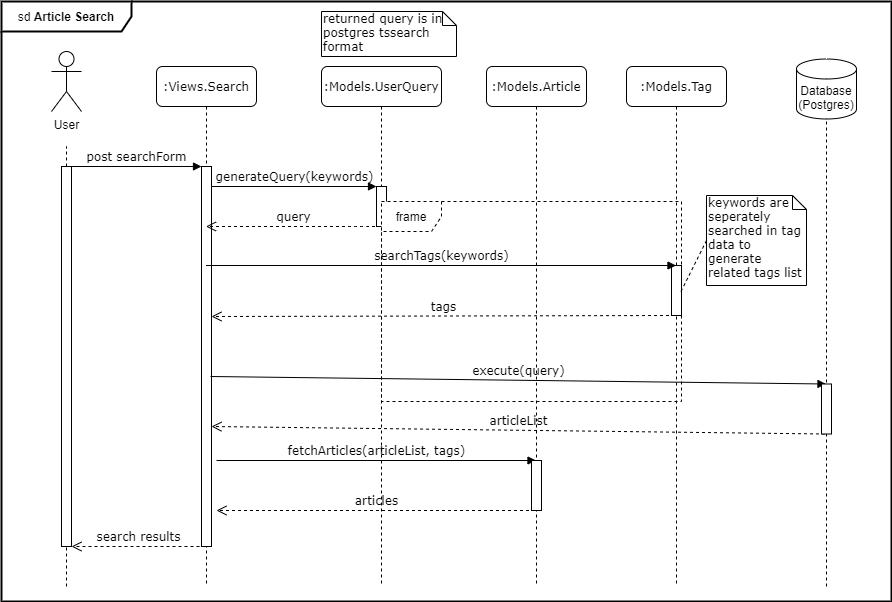
Before: designDiagrams/swe573seqdiagrams-ArticleSearch.png, a diagram exported from draw.io (semihsolmaz/swe573). Source tidied: cells renumbered, new cells last; positions are measured from the earlier drawing's top-left corner, leaving out a move shared by most shapes.
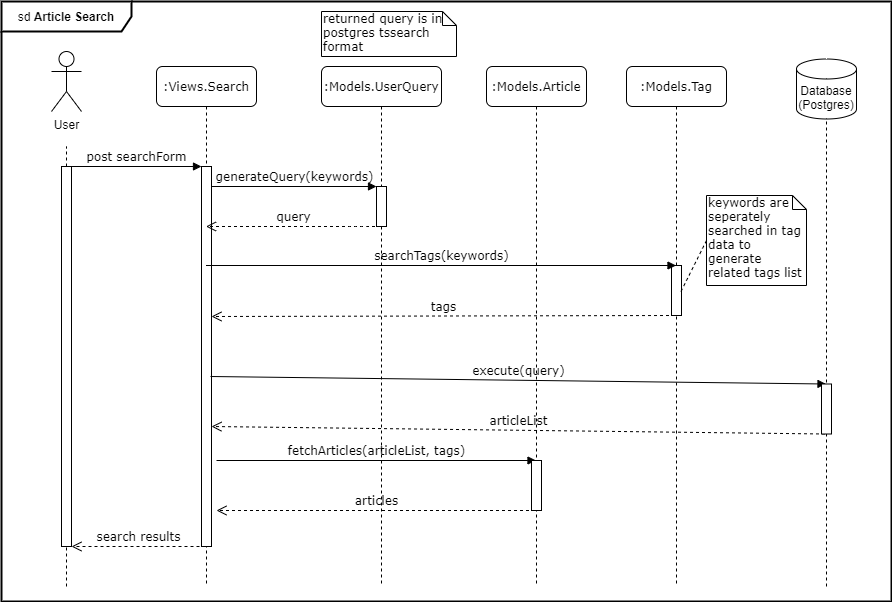
Above is the later version.

The edit, as a diff of the source:
```diff
@@ -2,115 +2,112 @@
   <root>
     <mxCell id="0" />
     <mxCell id="1" parent="0" />
-    <mxCell id="2" style="endArrow=none;dashed=1;html=1;" parent="1" edge="1">
-      <mxGeometry relative="1" as="geometry">
-        <mxPoint x="65" y="585" as="sourcePoint" />
-        <mxPoint x="65" y="145" as="targetPoint" />
-      </mxGeometry>
+    <mxCell id="2" value="sd &lt;b&gt;Article Search&lt;/b&gt;" style="shape=umlFrame;whiteSpace=wrap;html=1;strokeWidth=2;width=130;height=30;" parent="1" vertex="1">
+      <mxGeometry width="890" height="600" as="geometry" />
     </mxCell>
-    <mxCell id="3" value=":Views.Search" style="shape=umlLifeline;perimeter=lifelinePerimeter;whiteSpace=wrap;html=1;outlineConnect=0;rounded=1;shadow=0;comic=0;labelBackgroundColor=none;strokeWidth=1;fontFamily=Verdana;fontSize=12;align=center;" parent="1" vertex="1">
-      <mxGeometry x="155" y="65" width="100" height="520" as="geometry" />
+    <mxCell id="3" style="endArrow=none;dashed=1;html=1;" parent="1" edge="1">
+      <mxGeometry relative="1" as="geometry">
+        <mxPoint x="65" y="585" as="sourcePoint" />
+        <mxPoint x="65" y="145" as="targetPoint" />
+      </mxGeometry>
     </mxCell>
-    <mxCell id="4" style="html=1;points=[];perimeter=orthogonalPerimeter;rounded=0;shadow=0;comic=0;labelBackgroundColor=none;strokeWidth=1;fontFamily=Verdana;fontSize=12;align=center;" parent="3" vertex="1">
-      <mxGeometry x="45" y="100" width="10" height="380" as="geometry" />
+    <mxCell id="4" value=":Views.Search" style="shape=umlLifeline;perimeter=lifelinePerimeter;whiteSpace=wrap;html=1;outlineConnect=0;rounded=1;shadow=0;comic=0;labelBackgroundColor=none;strokeWidth=1;fontFamily=Verdana;fontSize=12;align=center;" parent="1" vertex="1">
+      <mxGeometry x="155" y="65" width="100" height="520" as="geometry" />
     </mxCell>
-    <mxCell id="5" value=":Models.UserQuery" style="shape=umlLifeline;perimeter=lifelinePerimeter;whiteSpace=wrap;html=1;outlineConnect=0;rounded=1;shadow=0;comic=0;labelBackgroundColor=none;strokeWidth=1;fontFamily=Verdana;fontSize=12;align=center;" parent="1" vertex="1">
-      <mxGeometry x="320" y="65" width="120" height="520" as="geometry" />
+    <mxCell id="5" style="html=1;points=[];perimeter=orthogonalPerimeter;rounded=0;shadow=0;comic=0;labelBackgroundColor=none;strokeWidth=1;fontFamily=Verdana;fontSize=12;align=center;" parent="4" vertex="1">
+      <mxGeometry x="45" y="100" width="10" height="380" as="geometry" />
     </mxCell>
-    <mxCell id="6" style="html=1;points=[];perimeter=orthogonalPerimeter;rounded=0;shadow=0;comic=0;labelBackgroundColor=none;strokeWidth=1;fontFamily=Verdana;fontSize=12;align=center;" parent="5" vertex="1">
-      <mxGeometry x="55" y="120" width="10" height="40" as="geometry" />
+    <mxCell id="6" value=":Models.UserQuery" style="shape=umlLifeline;perimeter=lifelinePerimeter;whiteSpace=wrap;html=1;outlineConnect=0;rounded=1;shadow=0;comic=0;labelBackgroundColor=none;strokeWidth=1;fontFamily=Verdana;fontSize=12;align=center;" parent="1" vertex="1">
+      <mxGeometry x="320" y="65" width="120" height="520" as="geometry" />
     </mxCell>
-    <mxCell id="7" value=":Models.Article" style="shape=umlLifeline;perimeter=lifelinePerimeter;whiteSpace=wrap;html=1;outlineConnect=0;rounded=1;shadow=0;comic=0;labelBackgroundColor=none;strokeWidth=1;fontFamily=Verdana;fontSize=12;align=center;" parent="1" vertex="1">
-      <mxGeometry x="485" y="65" width="100" height="520" as="geometry" />
+    <mxCell id="7" style="html=1;points=[];perimeter=orthogonalPerimeter;rounded=0;shadow=0;comic=0;labelBackgroundColor=none;strokeWidth=1;fontFamily=Verdana;fontSize=12;align=center;" parent="6" vertex="1">
+      <mxGeometry x="55" y="120" width="10" height="40" as="geometry" />
     </mxCell>
-    <mxCell id="8" value="fetchArticles(articleList, tags)" style="html=1;verticalAlign=bottom;endArrow=block;labelBackgroundColor=none;fontFamily=Verdana;fontSize=12;entryX=0.45;entryY=0;entryDx=0;entryDy=0;entryPerimeter=0;" parent="7" edge="1" target="10">
-      <mxGeometry relative="1" as="geometry">
-        <mxPoint x="-270" y="394" as="sourcePoint" />
-      </mxGeometry>
+    <mxCell id="8" value=":Models.Article" style="shape=umlLifeline;perimeter=lifelinePerimeter;whiteSpace=wrap;html=1;rounded=1;shadow=0;comic=0;labelBackgroundColor=none;strokeWidth=1;fontFamily=Verdana;fontSize=12;align=center;" parent="1" vertex="1">
+      <mxGeometry x="485" y="65" width="100" height="520" as="geometry" />
     </mxCell>
-    <mxCell id="9" value="articles" style="html=1;verticalAlign=bottom;endArrow=open;dashed=1;endSize=8;labelBackgroundColor=none;fontFamily=Verdana;fontSize=12;elbow=vertical;exitX=0.35;exitY=1;exitDx=0;exitDy=0;exitPerimeter=0;" parent="7" edge="1" source="10">
+    <mxCell id="9" value="fetchArticles(articleList, tags)" style="html=1;verticalAlign=bottom;endArrow=block;labelBackgroundColor=none;fontFamily=Verdana;fontSize=12;entryX=0.45;entryY=0;entryDx=0;entryDy=0;entryPerimeter=0;" parent="8" edge="1" target="11">
       <mxGeometry relative="1" as="geometry">
-        <mxPoint x="-270" y="444" as="targetPoint" />
+        <mxPoint x="-270" y="394" as="sourcePoint" />
       </mxGeometry>
     </mxCell>
-    <mxCell id="10" style="html=1;points=[];perimeter=orthogonalPerimeter;rounded=0;shadow=0;comic=0;labelBackgroundColor=none;strokeWidth=1;fontFamily=Verdana;fontSize=12;align=center;" parent="7" vertex="1">
-      <mxGeometry x="45" y="394" width="10" height="50" as="geometry" />
+    <mxCell id="10" value="articles" style="html=1;verticalAlign=bottom;endArrow=open;dashed=1;endSize=8;labelBackgroundColor=none;fontFamily=Verdana;fontSize=12;elbow=vertical;exitX=0.35;exitY=1;exitDx=0;exitDy=0;exitPerimeter=0;" parent="8" edge="1" source="11">
+      <mxGeometry relative="1" as="geometry">
+        <mxPoint x="-270" y="444" as="targetPoint" />
+      </mxGeometry>
     </mxCell>
-    <mxCell id="11" value="execute(query)" style="html=1;verticalAlign=bottom;endArrow=block;labelBackgroundColor=none;fontFamily=Verdana;fontSize=12;entryX=0.45;entryY=0;entryDx=0;entryDy=0;entryPerimeter=0;" parent="1" edge="1" target="22">
-      <mxGeometry relative="1" as="geometry">
-        <mxPoint x="209" y="375" as="sourcePoint" />
-      </mxGeometry>
+    <mxCell id="11" style="html=1;points=[];perimeter=orthogonalPerimeter;rounded=0;shadow=0;comic=0;labelBackgroundColor=none;strokeWidth=1;fontFamily=Verdana;fontSize=12;align=center;" parent="8" vertex="1">
+      <mxGeometry x="45" y="394" width="10" height="50" as="geometry" />
     </mxCell>
-    <mxCell id="12" value="search results" style="html=1;verticalAlign=bottom;endArrow=open;dashed=1;endSize=8;labelBackgroundColor=none;fontFamily=Verdana;fontSize=12;elbow=vertical;" parent="1" edge="1" target="16">
+    <mxCell id="12" value="execute(query)" style="html=1;verticalAlign=bottom;endArrow=block;labelBackgroundColor=none;fontFamily=Verdana;fontSize=12;entryX=0.45;entryY=0;entryDx=0;entryDy=0;entryPerimeter=0;" parent="1" edge="1" target="23">
       <mxGeometry relative="1" as="geometry">
-        <mxPoint x="204" y="545" as="sourcePoint" />
+        <mxPoint x="209" y="375" as="sourcePoint" />
       </mxGeometry>
     </mxCell>
-    <mxCell id="13" value="post searchForm" style="html=1;verticalAlign=bottom;endArrow=block;entryX=0;entryY=0;labelBackgroundColor=none;fontFamily=Verdana;fontSize=12;edgeStyle=elbowEdgeStyle;elbow=vertical;" parent="1" edge="1" source="16" target="4">
-      <mxGeometry relative="1" as="geometry" />
+    <mxCell id="13" value="search results" style="html=1;verticalAlign=bottom;endArrow=open;dashed=1;endSize=8;labelBackgroundColor=none;fontFamily=Verdana;fontSize=12;elbow=vertical;" parent="1" edge="1" target="17">
+      <mxGeometry relative="1" as="geometry">
+        <mxPoint x="204" y="545" as="sourcePoint" />
+      </mxGeometry>
     </mxCell>
-    <mxCell id="14" value="generateQuery(keywords)" style="html=1;verticalAlign=bottom;endArrow=block;entryX=0;entryY=0;labelBackgroundColor=none;fontFamily=Verdana;fontSize=12;edgeStyle=elbowEdgeStyle;elbow=vertical;" parent="1" edge="1" source="4" target="6">
+    <mxCell id="14" value="post searchForm" style="html=1;verticalAlign=bottom;endArrow=block;entryX=0;entryY=0;labelBackgroundColor=none;fontFamily=Verdana;fontSize=12;edgeStyle=elbowEdgeStyle;elbow=vertical;" parent="1" edge="1" source="17" target="5">
       <mxGeometry relative="1" as="geometry" />
     </mxCell>
-    <mxCell id="15" value="returned query is in postgres tssearch format" style="shape=note;whiteSpace=wrap;html=1;size=14;verticalAlign=top;align=left;spacingTop=-6;rounded=0;shadow=0;comic=0;labelBackgroundColor=none;strokeWidth=1;fontFamily=Verdana;fontSize=12;" parent="1" vertex="1">
-      <mxGeometry x="320" y="10" width="135" height="45" as="geometry" />
+    <mxCell id="15" value="generateQuery(keywords)" style="html=1;verticalAlign=bottom;endArrow=block;entryX=0;entryY=0;labelBackgroundColor=none;fontFamily=Verdana;fontSize=12;edgeStyle=elbowEdgeStyle;elbow=vertical;" parent="1" edge="1" source="5" target="7">
+      <mxGeometry relative="1" as="geometry" />
     </mxCell>
-    <mxCell id="16" style="html=1;points=[];perimeter=orthogonalPerimeter;rounded=0;shadow=0;comic=0;labelBackgroundColor=none;strokeWidth=1;fontFamily=Verdana;fontSize=12;align=center;" parent="1" vertex="1">
-      <mxGeometry x="60" y="165" width="10" height="380" as="geometry" />
+    <mxCell id="16" value="returned query is in postgres tssearch format" style="shape=note;whiteSpace=wrap;html=1;size=14;verticalAlign=top;align=left;spacingTop=-6;rounded=0;shadow=0;comic=0;labelBackgroundColor=none;strokeWidth=1;fontFamily=Verdana;fontSize=12;" parent="1" vertex="1">
+      <mxGeometry x="320" y="10" width="135" height="45" as="geometry" />
     </mxCell>
-    <mxCell id="17" value="User" style="shape=umlActor;verticalLabelPosition=bottom;verticalAlign=top;html=1;outlineConnect=0;" parent="1" vertex="1">
-      <mxGeometry x="50" y="50" width="30" height="60" as="geometry" />
+    <mxCell id="17" style="html=1;points=[];perimeter=orthogonalPerimeter;rounded=0;shadow=0;comic=0;labelBackgroundColor=none;strokeWidth=1;fontFamily=Verdana;fontSize=12;align=center;" parent="1" vertex="1">
+      <mxGeometry x="60" y="165" width="10" height="380" as="geometry" />
     </mxCell>
-    <mxCell id="18" value="query" style="html=1;verticalAlign=bottom;endArrow=open;dashed=1;endSize=8;labelBackgroundColor=none;fontFamily=Verdana;fontSize=12;elbow=vertical;" parent="1" edge="1" source="5" target="3">
-      <mxGeometry relative="1" as="geometry">
-        <Array as="points">
-          <mxPoint x="355" y="225" />
-        </Array>
-      </mxGeometry>
+    <mxCell id="18" value="User" style="shape=umlActor;verticalLabelPosition=bottom;verticalAlign=top;html=1;" parent="1" vertex="1">
+      <mxGeometry x="50" y="50" width="30" height="60" as="geometry" />
     </mxCell>
-    <mxCell id="19" style="endArrow=none;dashed=1;html=1;" parent="1" edge="1" target="20">
+    <mxCell id="19" value="query" style="html=1;verticalAlign=bottom;endArrow=open;dashed=1;endSize=8;labelBackgroundColor=none;fontFamily=Verdana;fontSize=12;elbow=vertical;" parent="1" edge="1" source="6" target="4">
       <mxGeometry relative="1" as="geometry">
-        <mxPoint x="825" y="585" as="sourcePoint" />
+        <Array as="points">
+          <mxPoint x="355" y="225" />
+        </Array>
       </mxGeometry>
     </mxCell>
-    <mxCell id="20" value="Database&lt;br&gt;(Postgres)" style="shape=cylinder3;whiteSpace=wrap;html=1;boundedLbl=1;backgroundOutline=1;size=10;" parent="1" vertex="1">
-      <mxGeometry x="795" y="57.5" width="60" height="60" as="geometry" />
+    <mxCell id="20" style="endArrow=none;dashed=1;html=1;" parent="1" edge="1" target="21">
+      <mxGeometry relative="1" as="geometry">
+        <mxPoint x="825" y="585" as="sourcePoint" />
+      </mxGeometry>
     </mxCell>
-    <mxCell id="21" value="articleList" style="html=1;verticalAlign=bottom;endArrow=open;dashed=1;endSize=8;labelBackgroundColor=none;fontFamily=Verdana;fontSize=12;elbow=vertical;exitX=0.35;exitY=1;exitDx=0;exitDy=0;exitPerimeter=0;" parent="1" edge="1" source="22">
-      <mxGeometry relative="1" as="geometry">
-        <mxPoint x="210" y="425" as="targetPoint" />
-      </mxGeometry>
+    <mxCell id="21" value="Database&lt;br&gt;(Postgres)" style="shape=cylinder3;whiteSpace=wrap;html=1;boundedLbl=1;backgroundOutline=1;size=10;" parent="1" vertex="1">
+      <mxGeometry x="795" y="57.5" width="60" height="60" as="geometry" />
     </mxCell>
-    <mxCell id="22" style="html=1;points=[];perimeter=orthogonalPerimeter;rounded=0;shadow=0;comic=0;labelBackgroundColor=none;strokeWidth=1;fontFamily=Verdana;fontSize=12;align=center;" parent="1" vertex="1">
-      <mxGeometry x="820" y="382.5" width="10" height="50" as="geometry" />
+    <mxCell id="22" value="articleList" style="html=1;verticalAlign=bottom;endArrow=open;dashed=1;endSize=8;labelBackgroundColor=none;fontFamily=Verdana;fontSize=12;elbow=vertical;exitX=0.35;exitY=1;exitDx=0;exitDy=0;exitPerimeter=0;" parent="1" edge="1" source="23">
+      <mxGeometry relative="1" as="geometry">
+        <mxPoint x="210" y="425" as="targetPoint" />
+      </mxGeometry>
     </mxCell>
-    <mxCell id="23" value=":Models.Tag" style="shape=umlLifeline;perimeter=lifelinePerimeter;whiteSpace=wrap;html=1;outlineConnect=0;rounded=1;shadow=0;comic=0;labelBackgroundColor=none;strokeWidth=1;fontFamily=Verdana;fontSize=12;align=center;" parent="1" vertex="1">
-      <mxGeometry x="625" y="65" width="100" height="520" as="geometry" />
+    <mxCell id="23" style="html=1;points=[];perimeter=orthogonalPerimeter;rounded=0;shadow=0;comic=0;labelBackgroundColor=none;strokeWidth=1;fontFamily=Verdana;fontSize=12;align=center;" parent="1" vertex="1">
+      <mxGeometry x="820" y="382.5" width="10" height="50" as="geometry" />
     </mxCell>
-    <mxCell id="24" style="html=1;points=[];perimeter=orthogonalPerimeter;rounded=0;shadow=0;comic=0;labelBackgroundColor=none;strokeWidth=1;fontFamily=Verdana;fontSize=12;align=center;" parent="23" vertex="1">
-      <mxGeometry x="45" y="199" width="10" height="50" as="geometry" />
+    <mxCell id="24" value=":Models.Tag" style="shape=umlLifeline;perimeter=lifelinePerimeter;whiteSpace=wrap;html=1;outlineConnect=0;rounded=1;shadow=0;comic=0;labelBackgroundColor=none;strokeWidth=1;fontFamily=Verdana;fontSize=12;align=center;" parent="1" vertex="1">
+      <mxGeometry x="625" y="65" width="100" height="520" as="geometry" />
     </mxCell>
-    <mxCell id="25" style="edgeStyle=none;rounded=0;jettySize=auto;html=1;exitX=0;exitY=0.5;exitDx=0;exitDy=0;exitPerimeter=0;entryX=0.9;entryY=0.54;entryDx=0;entryDy=0;entryPerimeter=0;dashed=1;endArrow=none;endFill=0;" parent="1" edge="1" source="26" target="24">
-      <mxGeometry relative="1" as="geometry" />
+    <mxCell id="25" style="html=1;points=[];perimeter=orthogonalPerimeter;rounded=0;shadow=0;comic=0;labelBackgroundColor=none;strokeWidth=1;fontFamily=Verdana;fontSize=12;align=center;" parent="24" vertex="1">
+      <mxGeometry x="45" y="199" width="10" height="50" as="geometry" />
     </mxCell>
-    <mxCell id="26" value="keywords are seperately searched in tag data to generate related tags list" style="shape=note;whiteSpace=wrap;html=1;size=14;verticalAlign=top;align=left;spacingTop=-6;rounded=0;shadow=0;comic=0;labelBackgroundColor=none;strokeWidth=1;fontFamily=Verdana;fontSize=12;" parent="1" vertex="1">
-      <mxGeometry x="705" y="194" width="100" height="90" as="geometry" />
+    <mxCell id="26" style="edgeStyle=none;rounded=0;jettySize=auto;html=1;exitX=0;exitY=0.5;exitDx=0;exitDy=0;exitPerimeter=0;entryX=0.9;entryY=0.54;entryDx=0;entryDy=0;entryPerimeter=0;dashed=1;endArrow=none;endFill=0;" parent="1" edge="1" source="27" target="25">
+      <mxGeometry relative="1" as="geometry" />
     </mxCell>
-    <mxCell id="27" value="searchTags(keywords)" style="html=1;verticalAlign=bottom;endArrow=block;labelBackgroundColor=none;fontFamily=Verdana;fontSize=12;entryX=0.45;entryY=0;entryDx=0;entryDy=0;entryPerimeter=0;" parent="1" edge="1" target="24">
-      <mxGeometry relative="1" as="geometry">
-        <mxPoint x="204.5" y="264" as="sourcePoint" />
-      </mxGeometry>
+    <mxCell id="27" value="keywords are seperately searched in tag data to generate related tags list" style="shape=note;whiteSpace=wrap;html=1;size=14;verticalAlign=top;align=left;spacingTop=-6;rounded=0;shadow=0;comic=0;labelBackgroundColor=none;strokeWidth=1;fontFamily=Verdana;fontSize=12;" parent="1" vertex="1">
+      <mxGeometry x="705" y="194" width="100" height="90" as="geometry" />
     </mxCell>
-    <mxCell id="28" value="tags" style="html=1;verticalAlign=bottom;endArrow=open;dashed=1;endSize=8;labelBackgroundColor=none;fontFamily=Verdana;fontSize=12;elbow=vertical;exitX=0.35;exitY=1;exitDx=0;exitDy=0;exitPerimeter=0;entryX=1;entryY=0.45;entryDx=0;entryDy=0;entryPerimeter=0;" parent="1" edge="1" source="24">
+    <mxCell id="28" value="searchTags(keywords)" style="html=1;verticalAlign=bottom;endArrow=block;labelBackgroundColor=none;fontFamily=Verdana;fontSize=12;entryX=0.45;entryY=0;entryDx=0;entryDy=0;entryPerimeter=0;" parent="1" edge="1" target="25">
       <mxGeometry relative="1" as="geometry">
-        <mxPoint x="210" y="315" as="targetPoint" />
+        <mxPoint x="204.5" y="264" as="sourcePoint" />
       </mxGeometry>
     </mxCell>
-    <mxCell id="29" value="frame" style="shape=umlFrame;whiteSpace=wrap;html=1;dashed=1;" parent="1" vertex="1">
-      <mxGeometry x="380" y="200" width="300" height="200" as="geometry" />
+    <mxCell id="29" value="tags" style="html=1;verticalAlign=bottom;endArrow=open;dashed=1;endSize=8;labelBackgroundColor=none;fontFamily=Verdana;fontSize=12;elbow=vertical;exitX=0.35;exitY=1;exitDx=0;exitDy=0;exitPerimeter=0;entryX=1;entryY=0.45;entryDx=0;entryDy=0;entryPerimeter=0;" parent="1" edge="1" source="25">
+      <mxGeometry relative="1" as="geometry">
+        <mxPoint x="210" y="315" as="targetPoint" />
+      </mxGeometry>
     </mxCell>
-    <mxCell id="30" value="sd &lt;b&gt;Article Search&lt;/b&gt;" style="shape=umlFrame;whiteSpace=wrap;html=1;strokeWidth=2;width=130;height=30;" parent="1" vertex="1">
-      <mxGeometry width="890" height="600" as="geometry" />
-    </mxCell>
   </root>
 </mxGraphModel>
```
